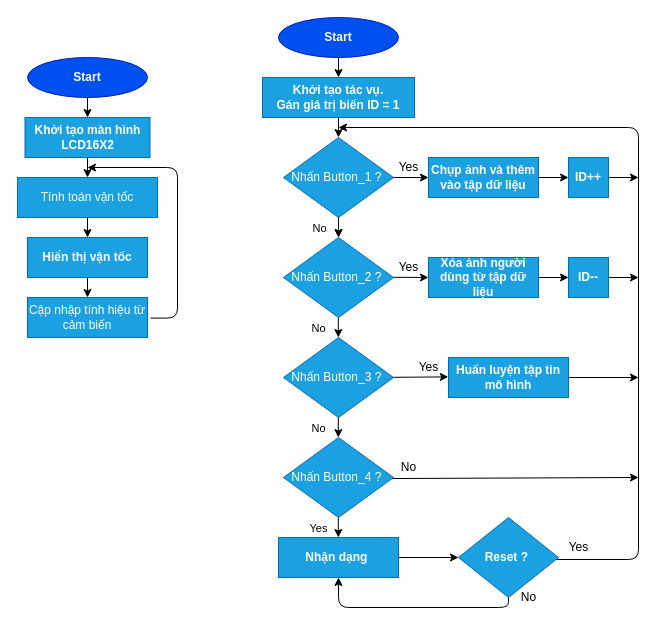
truongvanthinh/AutonomousCar keeps this draw.io diagram as page "Page-3" (3 of 4) of Untitled Diagram.drawio. Above is the earlier version. Source tidied: cells renumbered, new cells numbered last; positions are measured from the earlier drawing's top-left corner, leaving out a move shared by most shapes. Both pictures are drawn from the tidied source at 100%, with x=0, y=0 at pixel (17, 17).
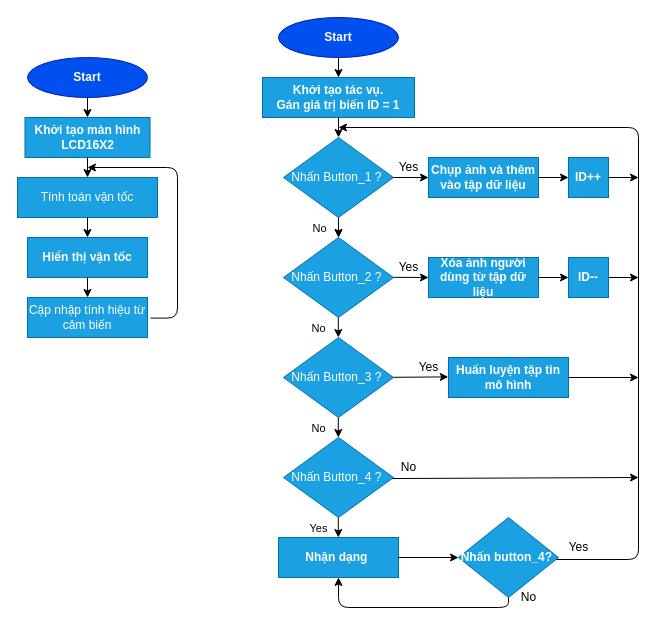
The same page after the edit.

Change to the diagram source:
```diff
@@
-    <mxCell id="51" value="&lt;b&gt;Reset ?&amp;nbsp;&lt;/b&gt;" style="rhombus;whiteSpace=wrap;html=1;fillColor=#1ba1e2;strokeColor=#006EAF;fontColor=#ffffff;" parent="1" vertex="1">
+    <mxCell id="51" value="&lt;b&gt;Nhấn button_4?&amp;nbsp;&lt;/b&gt;" style="rhombus;whiteSpace=wrap;html=1;fillColor=#1ba1e2;strokeColor=#006EAF;fontColor=#ffffff;" parent="1" vertex="1">
       <mxGeometry x="441" y="500" width="100" height="80" as="geometry" />
     </mxCell>
```
